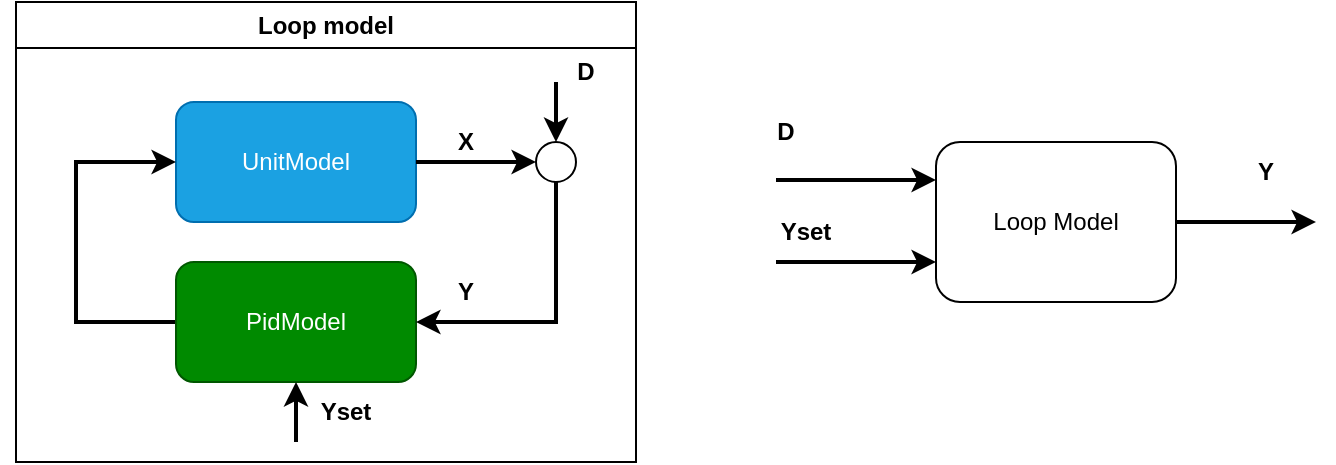
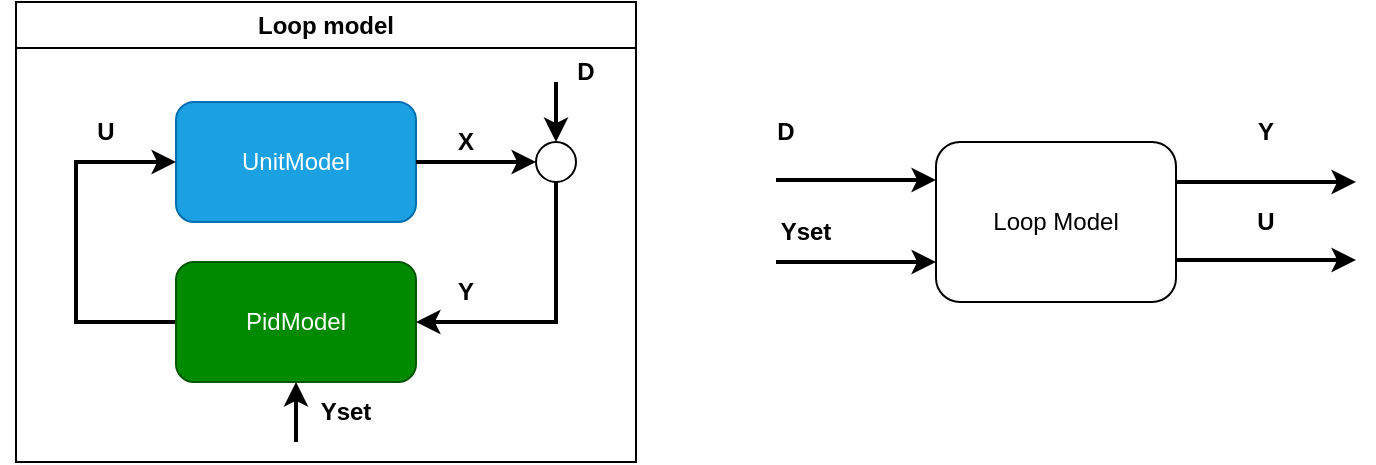
<mxfile host="app.diagrams.net" agent="5.0 (Windows NT 10.0; Win64; x64) AppleWebKit/537.36 (KHTML, like Gecko) Chrome/94.0.4606.81 Safari/537.36 Edg/94.0.992.50">
  <diagram id="fzO03wv9BZFiFF_Ac6_G" name="Page-1">
-     <mxGraphModel dx="848" dy="1065" grid="1" gridSize="10" guides="1" tooltips="1" connect="1" arrows="1" fold="1" page="1" pageScale="1" pageWidth="850" pageHeight="1100" math="0" shadow="0">
+     <mxGraphModel dx="1684" dy="1091" grid="1" gridSize="10" guides="1" tooltips="1" connect="1" arrows="1" fold="1" page="1" pageScale="1" pageWidth="850" pageHeight="1100" math="0" shadow="0">
      <root>
        <mxCell id="0" />
        <mxCell id="1" parent="0" />
        <mxCell id="VE-b7TvH8Ak1jZzatl8n-1" parent="1" style="rounded=1;whiteSpace=wrap;html=1;fillColor=#1ba1e2;strokeColor=#006EAF;fontColor=#ffffff;" value="UnitModel" vertex="1">
          <mxGeometry height="60" width="120" x="150" y="120" as="geometry" />
        </mxCell>
        <mxCell id="VE-b7TvH8Ak1jZzatl8n-4" edge="1" parent="1" source="VE-b7TvH8Ak1jZzatl8n-2" style="endArrow=classic;html=1;rounded=0;edgeStyle=orthogonalEdgeStyle;entryX=0;entryY=0.5;entryDx=0;entryDy=0;exitX=0;exitY=0.5;exitDx=0;exitDy=0;strokeWidth=2;" target="VE-b7TvH8Ak1jZzatl8n-1" value="">
          <mxGeometry height="50" relative="1" width="50" as="geometry">
            <Array as="points">
              <mxPoint x="100" y="230" />
              <mxPoint x="100" y="150" />
            </Array>
            <mxPoint x="210" y="200" as="sourcePoint" />
            <mxPoint x="260" y="150" as="targetPoint" />
          </mxGeometry>
        </mxCell>
        <mxCell id="VE-b7TvH8Ak1jZzatl8n-19" edge="1" parent="1" source="VE-b7TvH8Ak1jZzatl8n-1" style="edgeStyle=segmentEdgeStyle;endArrow=classic;html=1;rounded=0;strokeWidth=2;entryX=0;entryY=0.5;entryDx=0;entryDy=0;exitX=1;exitY=0.5;exitDx=0;exitDy=0;" target="VE-b7TvH8Ak1jZzatl8n-18" value="">
          <mxGeometry height="50" relative="1" width="50" as="geometry">
            <mxPoint x="340" y="60" as="sourcePoint" />
            <mxPoint x="340" y="155" as="targetPoint" />
          </mxGeometry>
        </mxCell>
        <mxCell id="VE-b7TvH8Ak1jZzatl8n-9" parent="1" style="text;html=1;strokeColor=none;fillColor=none;align=center;verticalAlign=middle;whiteSpace=wrap;rounded=0;" value="&lt;b&gt;Y&lt;/b&gt;" vertex="1">
          <mxGeometry height="30" width="30" x="280" y="200" as="geometry" />
        </mxCell>
        <mxCell id="cifkEWh5fm1F-jOvA7M9-3" edge="1" parent="1" style="edgeStyle=orthogonalEdgeStyle;rounded=0;orthogonalLoop=1;jettySize=auto;html=1;exitX=0;exitY=0.5;exitDx=0;exitDy=0;">
          <mxGeometry relative="1" as="geometry">
            <mxPoint x="70" y="125" as="sourcePoint" />
            <mxPoint x="70" y="125" as="targetPoint" />
          </mxGeometry>
        </mxCell>
        <mxCell id="VE-b7TvH8Ak1jZzatl8n-11" edge="1" parent="1" style="edgeStyle=segmentEdgeStyle;endArrow=classic;html=1;rounded=0;strokeWidth=2;entryX=0.5;entryY=0;entryDx=0;entryDy=0;fillColor=#f0a30a;strokeColor=#000000;" target="VE-b7TvH8Ak1jZzatl8n-18" value="">
          <mxGeometry height="50" width="50" x="80" y="60" as="geometry">
            <mxPoint x="340" y="110" as="sourcePoint" />
            <mxPoint x="330" y="120" as="targetPoint" />
          </mxGeometry>
        </mxCell>
        <mxCell id="VE-b7TvH8Ak1jZzatl8n-2" parent="1" style="rounded=1;whiteSpace=wrap;html=1;fillColor=#008a00;strokeColor=#005700;fontColor=#ffffff;" value="PidModel" vertex="1">
          <mxGeometry height="60" width="120" x="150" y="200" as="geometry" />
        </mxCell>
        <mxCell id="VE-b7TvH8Ak1jZzatl8n-21" edge="1" parent="1" source="VE-b7TvH8Ak1jZzatl8n-18" style="endArrow=classic;html=1;rounded=0;strokeWidth=2;edgeStyle=orthogonalEdgeStyle;entryX=1;entryY=0.5;entryDx=0;entryDy=0;exitX=0.5;exitY=1;exitDx=0;exitDy=0;fillColor=#008a00;strokeColor=#000000;" target="VE-b7TvH8Ak1jZzatl8n-2" value="">
          <mxGeometry height="50" width="50" x="80" y="60" as="geometry">
            <Array as="points">
              <mxPoint x="340" y="230" />
            </Array>
            <mxPoint x="340" y="170" as="sourcePoint" />
            <mxPoint x="260" y="70" as="targetPoint" />
          </mxGeometry>
        </mxCell>
        <mxCell id="VE-b7TvH8Ak1jZzatl8n-23" parent="1" style="text;html=1;strokeColor=none;fillColor=none;align=center;verticalAlign=middle;whiteSpace=wrap;rounded=0;" value="&lt;b&gt;X&lt;/b&gt;" vertex="1">
          <mxGeometry height="30" width="30" x="280" y="125" as="geometry" />
        </mxCell>
        <mxCell id="VE-b7TvH8Ak1jZzatl8n-24" parent="1" style="text;html=1;strokeColor=none;fillColor=none;align=center;verticalAlign=middle;whiteSpace=wrap;rounded=0;" value="&lt;b&gt;D&lt;/b&gt;" vertex="1">
          <mxGeometry height="30" width="30" x="340" y="90" as="geometry" />
        </mxCell>
        <mxCell id="nUzw-Zuf8LoMZrGpods9-1" parent="1" style="swimlane;whiteSpace=wrap;html=1;" value="Loop model" vertex="1">
          <mxGeometry height="230" width="310" x="70" y="70" as="geometry" />
        </mxCell>
        <mxCell id="VE-b7TvH8Ak1jZzatl8n-18" parent="nUzw-Zuf8LoMZrGpods9-1" style="ellipse;whiteSpace=wrap;html=1;aspect=fixed;" value="" vertex="1">
          <mxGeometry height="20" width="20" x="260" y="70" as="geometry" />
        </mxCell>
        <mxCell id="nUzw-Zuf8LoMZrGpods9-8" parent="nUzw-Zuf8LoMZrGpods9-1" style="text;html=1;strokeColor=none;fillColor=none;align=center;verticalAlign=middle;whiteSpace=wrap;rounded=0;" value="&lt;b&gt;Yset&lt;/b&gt;" vertex="1">
          <mxGeometry height="30" width="30" x="150" y="190" as="geometry" />
        </mxCell>
-         <mxCell id="nUzw-Zuf8LoMZrGpods9-13" edge="1" parent="1" source="nUzw-Zuf8LoMZrGpods9-3" style="edgeStyle=orthogonalEdgeStyle;rounded=0;orthogonalLoop=1;jettySize=auto;html=1;exitX=1;exitY=0.5;exitDx=0;exitDy=0;strokeWidth=2;">
+         <mxCell id="DNKASgVvnvcONAXiJLoG-1" parent="nUzw-Zuf8LoMZrGpods9-1" style="text;html=1;strokeColor=none;fillColor=none;align=center;verticalAlign=middle;whiteSpace=wrap;rounded=0;" value="&lt;b&gt;U&lt;/b&gt;" vertex="1">
+           <mxGeometry height="30" width="30" x="30" y="50" as="geometry" />
+         </mxCell>
+         <mxCell id="nUzw-Zuf8LoMZrGpods9-13" edge="1" parent="1" source="nUzw-Zuf8LoMZrGpods9-3" style="edgeStyle=orthogonalEdgeStyle;rounded=0;orthogonalLoop=1;jettySize=auto;html=1;exitX=1;exitY=0.25;exitDx=0;exitDy=0;strokeWidth=2;">
          <mxGeometry relative="1" as="geometry">
-             <mxPoint x="720" y="180" as="targetPoint" />
+             <Array as="points">
+               <mxPoint x="700" y="160" />
+               <mxPoint x="700" y="160" />
+             </Array>
+             <mxPoint x="740" y="160" as="targetPoint" />
          </mxGeometry>
        </mxCell>
        <mxCell id="nUzw-Zuf8LoMZrGpods9-3" parent="1" style="rounded=1;whiteSpace=wrap;html=1;" value="Loop Model" vertex="1">
          <mxGeometry height="80" width="120" x="530" y="140" as="geometry" />
        </mxCell>
        <mxCell id="nUzw-Zuf8LoMZrGpods9-6" edge="1" parent="1" style="edgeStyle=segmentEdgeStyle;endArrow=classic;html=1;rounded=0;strokeWidth=2;entryX=0;entryY=0.5;entryDx=0;entryDy=0;fillColor=#f0a30a;strokeColor=#000000;" value="">
          <mxGeometry height="50" width="50" x="80" y="60" as="geometry">
            <mxPoint x="450" y="159" as="sourcePoint" />
            <mxPoint x="530" y="159" as="targetPoint" />
          </mxGeometry>
        </mxCell>
        <mxCell id="nUzw-Zuf8LoMZrGpods9-7" edge="1" parent="1" style="edgeStyle=segmentEdgeStyle;endArrow=classic;html=1;rounded=0;strokeWidth=2;entryX=0.5;entryY=1;entryDx=0;entryDy=0;fillColor=#f0a30a;strokeColor=#000000;" target="VE-b7TvH8Ak1jZzatl8n-2" value="">
          <mxGeometry height="50" width="50" x="80" y="60" as="geometry">
            <mxPoint x="210" y="290" as="sourcePoint" />
            <mxPoint x="360" y="270" as="targetPoint" />
          </mxGeometry>
        </mxCell>
        <mxCell id="nUzw-Zuf8LoMZrGpods9-14" edge="1" parent="1" style="edgeStyle=segmentEdgeStyle;endArrow=classic;html=1;rounded=0;strokeWidth=2;entryX=0;entryY=0.75;entryDx=0;entryDy=0;fillColor=#f0a30a;strokeColor=#000000;" target="nUzw-Zuf8LoMZrGpods9-3" value="">
          <mxGeometry height="50" width="50" x="80" y="60" as="geometry">
            <mxPoint x="450" y="200" as="sourcePoint" />
            <mxPoint x="750" y="430" as="targetPoint" />
          </mxGeometry>
        </mxCell>
        <mxCell id="nUzw-Zuf8LoMZrGpods9-15" parent="1" style="text;html=1;strokeColor=none;fillColor=none;align=center;verticalAlign=middle;whiteSpace=wrap;rounded=0;" value="&lt;b&gt;D&lt;/b&gt;" vertex="1">
          <mxGeometry height="30" width="30" x="440" y="120" as="geometry" />
        </mxCell>
        <mxCell id="nUzw-Zuf8LoMZrGpods9-16" parent="1" style="text;html=1;strokeColor=none;fillColor=none;align=center;verticalAlign=middle;whiteSpace=wrap;rounded=0;" value="&lt;b&gt;Yset&lt;/b&gt;" vertex="1">
          <mxGeometry height="30" width="30" x="450" y="170" as="geometry" />
        </mxCell>
        <mxCell id="nUzw-Zuf8LoMZrGpods9-17" parent="1" style="text;html=1;strokeColor=none;fillColor=none;align=center;verticalAlign=middle;whiteSpace=wrap;rounded=0;" value="&lt;b&gt;Y&lt;/b&gt;" vertex="1">
-           <mxGeometry height="30" width="30" x="680" y="140" as="geometry" />
+           <mxGeometry height="30" width="30" x="680" y="120" as="geometry" />
+         </mxCell>
+         <mxCell id="DNKASgVvnvcONAXiJLoG-2" edge="1" parent="1" style="edgeStyle=orthogonalEdgeStyle;rounded=0;orthogonalLoop=1;jettySize=auto;html=1;exitX=1;exitY=0.25;exitDx=0;exitDy=0;strokeWidth=2;">
+           <mxGeometry relative="1" as="geometry">
+             <Array as="points">
+               <mxPoint x="700" y="199" />
+               <mxPoint x="700" y="199" />
+             </Array>
+             <mxPoint x="650" y="199" as="sourcePoint" />
+             <mxPoint x="740" y="199" as="targetPoint" />
+           </mxGeometry>
+         </mxCell>
+         <mxCell id="DNKASgVvnvcONAXiJLoG-3" parent="1" style="text;html=1;strokeColor=none;fillColor=none;align=center;verticalAlign=middle;whiteSpace=wrap;rounded=0;" value="&lt;b&gt;U&lt;/b&gt;" vertex="1">
+           <mxGeometry height="30" width="30" x="680" y="165" as="geometry" />
        </mxCell>
      </root>
    </mxGraphModel>
  </diagram>
</mxfile>
